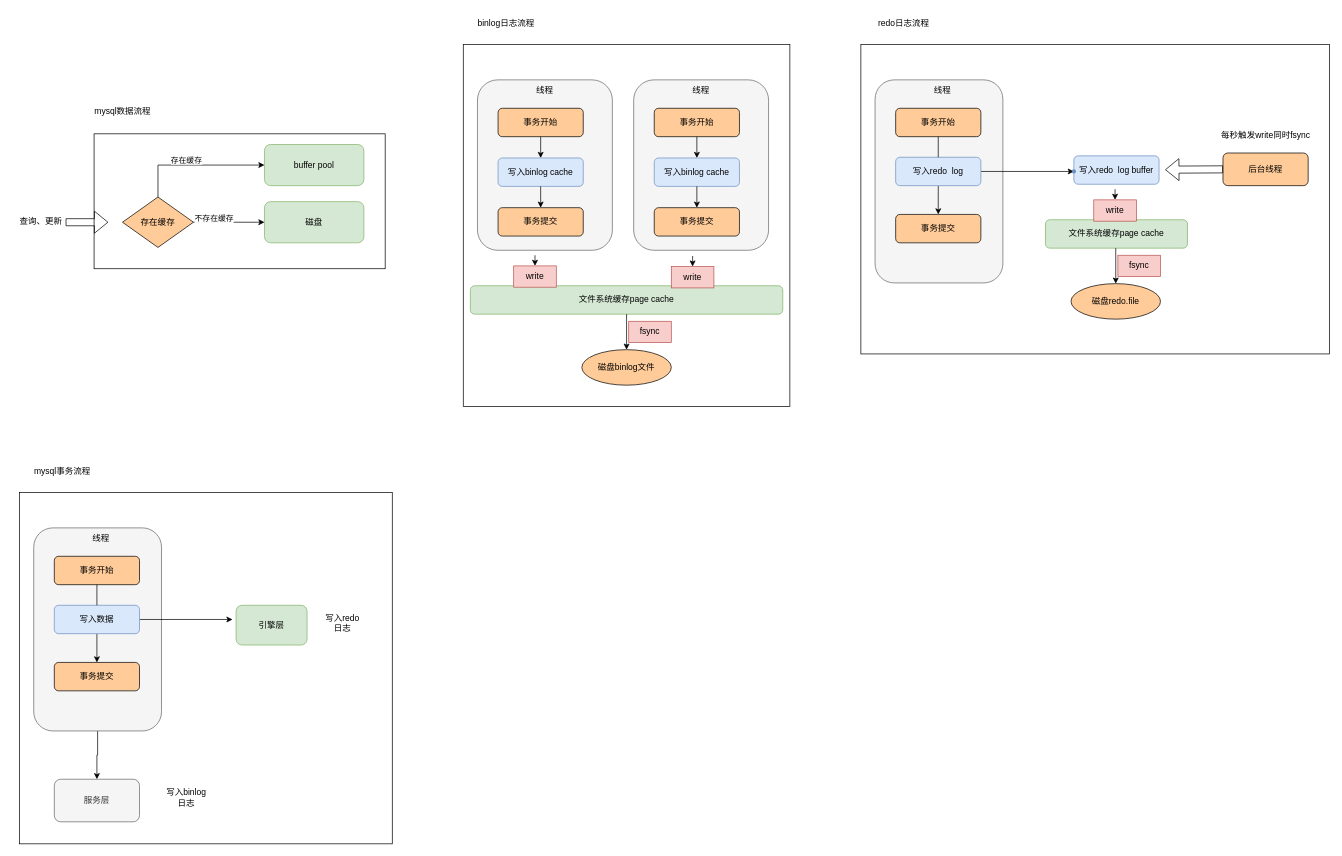
This is mysql日志.drawio from bradyliuY/learn-draw, a draw.io file, before an edit. Source tidied: cells renumbered, new cells numbered last; positions are measured from the earlier drawing's top-left corner, leaving out a move shared by most shapes. Both pictures are drawn from the tidied source at 71%, with x=0, y=0 at pixel (12, 12).
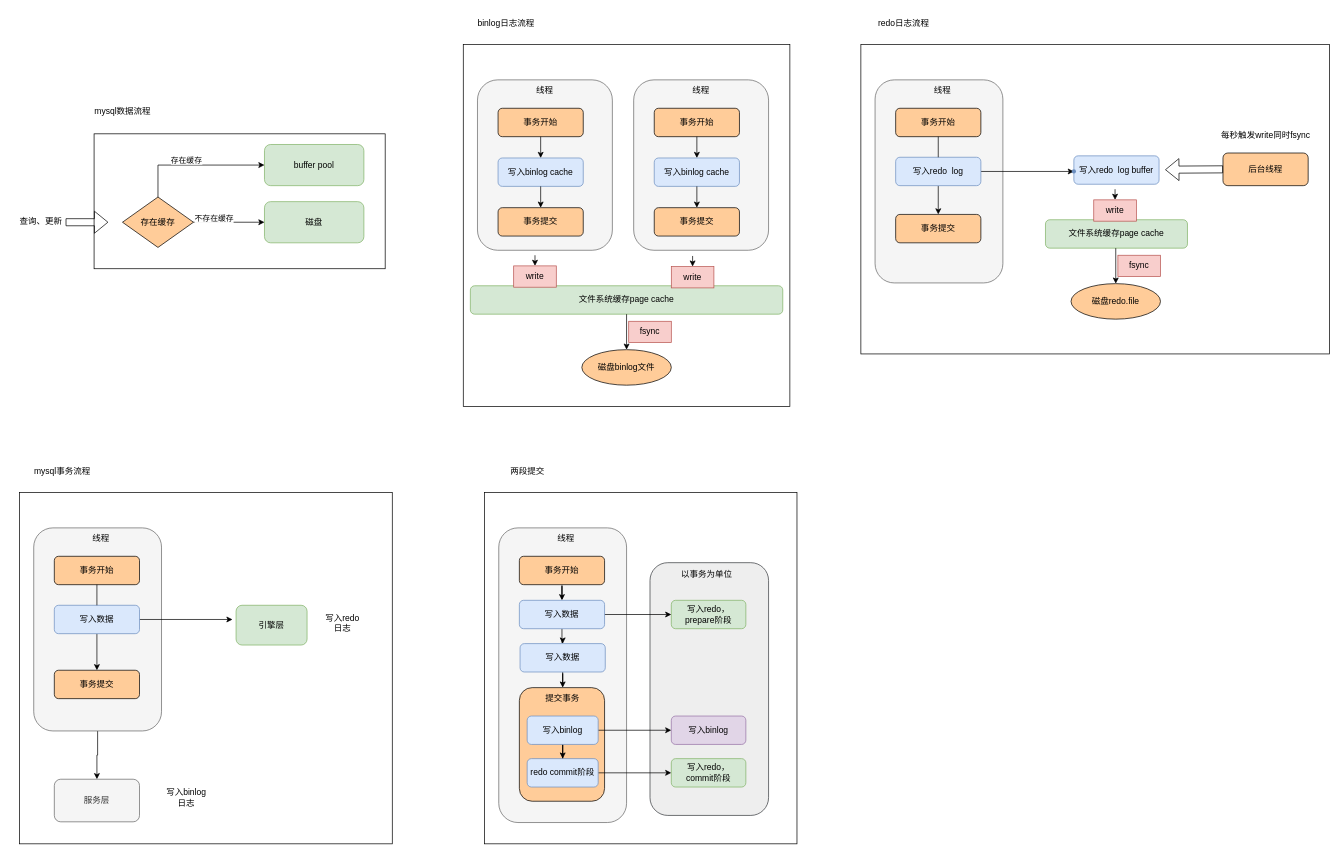
The same page after the edit.

Change to the diagram source:
```diff
@@
+    <mxCell id="73" style="rounded=0;whiteSpace=wrap;html=1;" parent="1" vertex="1">
+      <mxGeometry x="665" y="676" width="440" height="495" as="geometry" />
+    </mxCell>
+    <mxCell id="74" style="rounded=1;whiteSpace=wrap;html=1;fillColor=#eeeeee;strokeColor=#36393d;" parent="1" vertex="1">
+      <mxGeometry x="898" y="775" width="167" height="356" as="geometry" />
+    </mxCell>
@@
     <mxCell id="63" value="事务提交" style="rounded=1;whiteSpace=wrap;html=1;fillColor=#FFCC99;" parent="1" vertex="1">
-      <mxGeometry x="59" y="915.5" width="120" height="40" as="geometry" />
+      <mxGeometry x="59" y="926.5" width="120" height="40" as="geometry" />
     </mxCell>
@@
+    <mxCell id="75" style="rounded=1;whiteSpace=wrap;html=1;fillColor=#f5f5f5;fontColor=#333333;strokeColor=#666666;" parent="1" vertex="1">
+      <mxGeometry x="685" y="726" width="180" height="415" as="geometry" />
+    </mxCell>
+    <mxCell id="76" style="edgeStyle=orthogonalEdgeStyle;rounded=0;jettySize=auto;html=1;entryX=0.5;entryY=0;entryDx=0;entryDy=0;" parent="1" edge="1" source="77" target="84">
+      <mxGeometry relative="1" as="geometry" />
+    </mxCell>
+    <mxCell id="77" value="事务开始" style="rounded=1;whiteSpace=wrap;html=1;fillColor=#FFCC99;" parent="1" vertex="1">
+      <mxGeometry x="714" y="766" width="120" height="40" as="geometry" />
+    </mxCell>
+    <mxCell id="78" value="线程" style="text;html=1;strokeColor=none;fillColor=none;align=center;verticalAlign=middle;whiteSpace=wrap;rounded=0;" parent="1" vertex="1">
+      <mxGeometry x="700" y="726" width="160" height="30" as="geometry" />
+    </mxCell>
+    <mxCell id="79" style="rounded=1;whiteSpace=wrap;html=1;fillColor=#FFCC99;" parent="1" vertex="1">
+      <mxGeometry x="714" y="951" width="120" height="160" as="geometry" />
+    </mxCell>
+    <mxCell id="80" value="写入redo，&lt;br&gt;prepare阶段" style="rounded=1;whiteSpace=wrap;html=1;fillColor=#d5e8d4;strokeColor=#82b366;" parent="1" vertex="1">
+      <mxGeometry x="928" y="828" width="105" height="40" as="geometry" />
+    </mxCell>
+    <mxCell id="81" value="两段提交" style="text;html=1;align=center;verticalAlign=middle;strokeColor=none;fillColor=none;" parent="1" vertex="1">
+      <mxGeometry x="690" y="631" width="70" height="30" as="geometry" />
+    </mxCell>
+    <mxCell id="82" style="edgeStyle=orthogonalEdgeStyle;rounded=0;jettySize=auto;html=1;entryX=0;entryY=0.5;entryDx=0;entryDy=0;" parent="1" edge="1" source="84" target="80">
+      <mxGeometry relative="1" as="geometry" />
+    </mxCell>
+    <mxCell id="83" style="edgeStyle=orthogonalEdgeStyle;rounded=0;jettySize=auto;html=1;entryX=0.5;entryY=0;entryDx=0;entryDy=0;" parent="1" edge="1" source="84" target="86">
+      <mxGeometry relative="1" as="geometry" />
+    </mxCell>
+    <mxCell id="84" value="写入数据" style="rounded=1;whiteSpace=wrap;html=1;fillColor=#dae8fc;strokeColor=#6c8ebf;" parent="1" vertex="1">
+      <mxGeometry x="714" y="828" width="120" height="40" as="geometry" />
+    </mxCell>
+    <mxCell id="85" style="edgeStyle=orthogonalEdgeStyle;rounded=0;jettySize=auto;html=1;entryX=0.5;entryY=0;entryDx=0;entryDy=0;" parent="1" edge="1" source="86" target="87">
+      <mxGeometry relative="1" as="geometry" />
+    </mxCell>
+    <mxCell id="86" value="写入数据" style="rounded=1;whiteSpace=wrap;html=1;fillColor=#dae8fc;strokeColor=#6c8ebf;" parent="1" vertex="1">
+      <mxGeometry x="715" y="889" width="120" height="40" as="geometry" />
+    </mxCell>
+    <mxCell id="87" value="提交事务" style="text;html=1;strokeColor=none;fillColor=none;align=center;verticalAlign=middle;whiteSpace=wrap;rounded=0;" parent="1" vertex="1">
+      <mxGeometry x="745" y="951" width="60" height="30" as="geometry" />
+    </mxCell>
+    <mxCell id="88" style="edgeStyle=orthogonalEdgeStyle;rounded=0;jettySize=auto;html=1;" parent="1" edge="1" source="90" target="92">
+      <mxGeometry relative="1" as="geometry" />
+    </mxCell>
+    <mxCell id="89" style="edgeStyle=orthogonalEdgeStyle;rounded=0;jettySize=auto;html=1;" parent="1" edge="1" source="90" target="93">
+      <mxGeometry relative="1" as="geometry" />
+    </mxCell>
+    <mxCell id="90" value="写入binlog" style="rounded=1;whiteSpace=wrap;html=1;fillColor=#dae8fc;strokeColor=#6c8ebf;" parent="1" vertex="1">
+      <mxGeometry x="725" y="991" width="100" height="40" as="geometry" />
+    </mxCell>
+    <mxCell id="91" style="edgeStyle=orthogonalEdgeStyle;rounded=0;jettySize=auto;html=1;" parent="1" edge="1" source="92" target="94">
+      <mxGeometry relative="1" as="geometry" />
+    </mxCell>
+    <mxCell id="92" value="redo commit阶段" style="rounded=1;whiteSpace=wrap;html=1;fillColor=#dae8fc;strokeColor=#6c8ebf;" parent="1" vertex="1">
+      <mxGeometry x="725" y="1051" width="100" height="40" as="geometry" />
+    </mxCell>
+    <mxCell id="93" value="写入binlog" style="rounded=1;whiteSpace=wrap;html=1;fillColor=#e1d5e7;strokeColor=#9673a6;" parent="1" vertex="1">
+      <mxGeometry x="928" y="991" width="105" height="40" as="geometry" />
+    </mxCell>
+    <mxCell id="94" value="写入redo，&lt;br&gt;commit阶段" style="rounded=1;whiteSpace=wrap;html=1;fillColor=#d5e8d4;strokeColor=#82b366;" parent="1" vertex="1">
+      <mxGeometry x="928" y="1051" width="105" height="40" as="geometry" />
+    </mxCell>
+    <mxCell id="95" value="以事务为单位" style="text;html=1;strokeColor=none;fillColor=none;align=center;verticalAlign=middle;whiteSpace=wrap;rounded=0;" parent="1" vertex="1">
+      <mxGeometry x="898" y="776" width="160" height="30" as="geometry" />
+    </mxCell>
```
